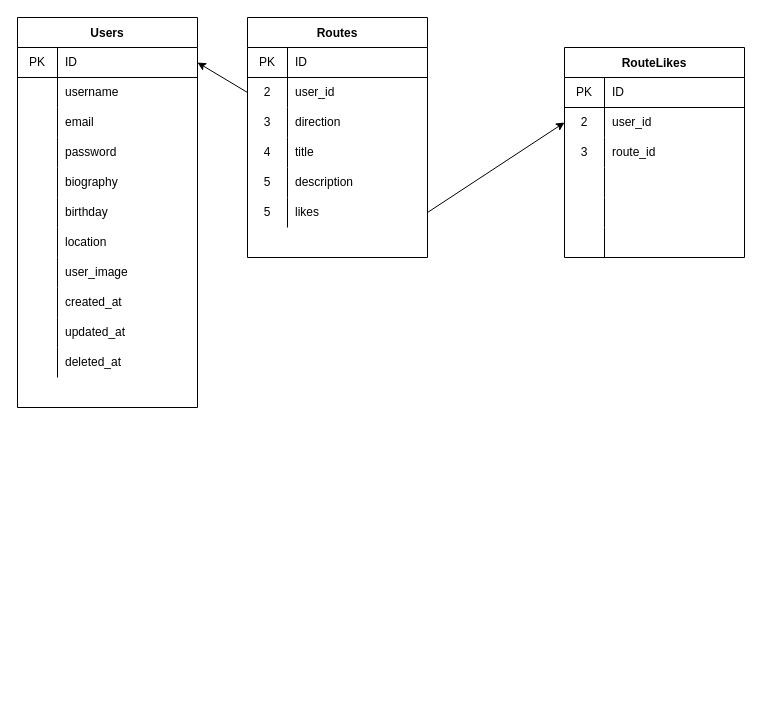
The draw.io diagram api/ER.drawio in mamyudapao/CyclingRouter, before the edit. Source tidied: cells renumbered, new cells numbered last; positions are measured from the earlier drawing's top-left corner, leaving out a move shared by most shapes. Both pictures are drawn from the tidied source at 100%, with x=0, y=0 at pixel (17, 17).
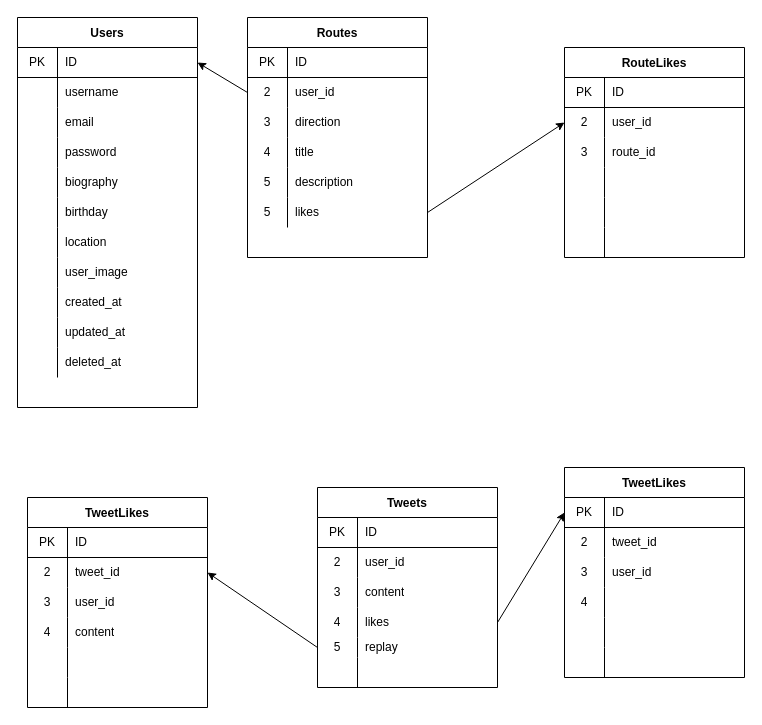
The same diagram, later.

Commit message (it also covers changes not shown here):
feat: auto migrate of tweet

Diff of the diagram source:
```diff
@@
+    <mxCell id="76" value="Tweets" style="shape=table;startSize=30;childLayout=tableLayout;rowLines=0;fontStyle=1;align=center;" parent="1" vertex="1">
+      <mxGeometry x="300" y="470" width="180" height="200" as="geometry" />
+    </mxCell>
+    <mxCell id="77" style="shape=partialRectangle;html=1;whiteSpace=wrap;fillColor=none;top=0;left=0;bottom=1;right=0;" parent="76" vertex="1">
+      <mxGeometry y="30" width="180" height="30" as="geometry" />
+    </mxCell>
+    <mxCell id="78" value="PK&lt;br&gt;" style="shape=partialRectangle;html=1;whiteSpace=wrap;fillColor=none;top=0;left=0;bottom=0;right=0;overflow=hidden;" parent="77" vertex="1">
+      <mxGeometry width="40" height="30" as="geometry" />
+    </mxCell>
+    <mxCell id="79" value="ID" style="shape=partialRectangle;html=1;whiteSpace=wrap;fillColor=none;top=0;left=0;bottom=0;right=0;align=left;spacingLeft=6;overflow=hidden;" parent="77" vertex="1">
+      <mxGeometry x="40" width="140" height="30" as="geometry" />
+    </mxCell>
+    <mxCell id="80" style="shape=partialRectangle;html=1;whiteSpace=wrap;fillColor=none;top=0;left=0;bottom=0;right=0;" parent="76" vertex="1">
+      <mxGeometry y="60" width="180" height="30" as="geometry" />
+    </mxCell>
+    <mxCell id="81" value="2" style="shape=partialRectangle;html=1;whiteSpace=wrap;fillColor=none;top=0;left=0;bottom=0;right=0;overflow=hidden;" parent="80" vertex="1">
+      <mxGeometry width="40" height="30" as="geometry" />
+    </mxCell>
+    <mxCell id="82" value="user_id" style="shape=partialRectangle;html=1;whiteSpace=wrap;fillColor=none;top=0;left=0;bottom=0;right=0;align=left;spacingLeft=6;overflow=hidden;" parent="80" vertex="1">
+      <mxGeometry x="40" width="140" height="30" as="geometry" />
+    </mxCell>
+    <mxCell id="83" style="shape=partialRectangle;html=1;whiteSpace=wrap;fillColor=none;top=0;left=0;bottom=0;right=0;" parent="76" vertex="1">
+      <mxGeometry y="90" width="180" height="30" as="geometry" />
+    </mxCell>
+    <mxCell id="84" value="3" style="shape=partialRectangle;html=1;whiteSpace=wrap;fillColor=none;top=0;left=0;bottom=0;right=0;overflow=hidden;" parent="83" vertex="1">
+      <mxGeometry width="40" height="30" as="geometry" />
+    </mxCell>
+    <mxCell id="85" value="content" style="shape=partialRectangle;html=1;whiteSpace=wrap;fillColor=none;top=0;left=0;bottom=0;right=0;align=left;spacingLeft=6;overflow=hidden;" parent="83" vertex="1">
+      <mxGeometry x="40" width="140" height="30" as="geometry" />
+    </mxCell>
+    <mxCell id="86" style="shape=partialRectangle;html=1;whiteSpace=wrap;fillColor=none;top=0;left=0;bottom=0;right=0;points=[[0,0.5],[1,0.5]];portConstraint=eastwest;" parent="76" vertex="1">
+      <mxGeometry y="120" width="180" height="30" as="geometry" />
+    </mxCell>
+    <mxCell id="87" value="4" style="shape=partialRectangle;html=1;whiteSpace=wrap;fillColor=none;top=0;left=0;bottom=0;right=0;overflow=hidden;" parent="86" vertex="1">
+      <mxGeometry width="40" height="30" as="geometry" />
+    </mxCell>
+    <mxCell id="88" value="likes" style="shape=partialRectangle;html=1;whiteSpace=wrap;fillColor=none;top=0;left=0;bottom=0;right=0;align=left;spacingLeft=6;overflow=hidden;" parent="86" vertex="1">
+      <mxGeometry x="40" width="140" height="30" as="geometry" />
+    </mxCell>
+    <mxCell id="89" style="shape=partialRectangle;html=1;whiteSpace=wrap;fillColor=none;top=0;left=0;bottom=0;right=0;points=[[0,0.5],[1,0.5]];portConstraint=eastwest;" parent="76" vertex="1">
+      <mxGeometry y="150" width="180" height="20" as="geometry" />
+    </mxCell>
+    <mxCell id="90" value="5" style="shape=partialRectangle;html=1;whiteSpace=wrap;fillColor=none;top=0;left=0;bottom=0;right=0;overflow=hidden;" parent="89" vertex="1">
+      <mxGeometry width="40" height="20" as="geometry" />
+    </mxCell>
+    <mxCell id="91" value="replay" style="shape=partialRectangle;html=1;whiteSpace=wrap;fillColor=none;top=0;left=0;bottom=0;right=0;align=left;spacingLeft=6;overflow=hidden;" parent="89" vertex="1">
+      <mxGeometry x="40" width="140" height="20" as="geometry" />
+    </mxCell>
+    <mxCell id="92" style="shape=partialRectangle;html=1;whiteSpace=wrap;fillColor=none;top=0;left=0;bottom=0;right=0;" parent="76" vertex="1">
+      <mxGeometry y="170" width="180" height="30" as="geometry" />
+    </mxCell>
+    <mxCell id="93" style="shape=partialRectangle;html=1;whiteSpace=wrap;fillColor=none;top=0;left=0;bottom=0;right=0;overflow=hidden;" parent="92" vertex="1">
+      <mxGeometry width="40" height="30" as="geometry" />
+    </mxCell>
+    <mxCell id="94" style="shape=partialRectangle;html=1;whiteSpace=wrap;fillColor=none;top=0;left=0;bottom=0;right=0;align=left;spacingLeft=6;overflow=hidden;" parent="92" vertex="1">
+      <mxGeometry x="40" width="140" height="30" as="geometry" />
+    </mxCell>
+    <mxCell id="95" value="TweetLikes" style="shape=table;startSize=30;childLayout=tableLayout;rowLines=0;fontStyle=1;align=center;" parent="1" vertex="1">
+      <mxGeometry x="547" y="450" width="180" height="210" as="geometry" />
+    </mxCell>
+    <mxCell id="96" style="shape=partialRectangle;html=1;whiteSpace=wrap;fillColor=none;top=0;left=0;bottom=1;right=0;points=[[0,0.5],[1,0.5]];portConstraint=eastwest;" parent="95" vertex="1">
+      <mxGeometry y="30" width="180" height="30" as="geometry" />
+    </mxCell>
+    <mxCell id="97" value="PK&lt;br&gt;" style="shape=partialRectangle;html=1;whiteSpace=wrap;fillColor=none;top=0;left=0;bottom=0;right=0;overflow=hidden;" parent="96" vertex="1">
+      <mxGeometry width="40" height="30" as="geometry" />
+    </mxCell>
+    <mxCell id="98" value="ID" style="shape=partialRectangle;html=1;whiteSpace=wrap;fillColor=none;top=0;left=0;bottom=0;right=0;align=left;spacingLeft=6;overflow=hidden;" parent="96" vertex="1">
+      <mxGeometry x="40" width="140" height="30" as="geometry" />
+    </mxCell>
+    <mxCell id="99" style="shape=partialRectangle;html=1;whiteSpace=wrap;fillColor=none;top=0;left=0;bottom=0;right=0;" parent="95" vertex="1">
+      <mxGeometry y="60" width="180" height="30" as="geometry" />
+    </mxCell>
+    <mxCell id="100" value="2" style="shape=partialRectangle;html=1;whiteSpace=wrap;fillColor=none;top=0;left=0;bottom=0;right=0;overflow=hidden;" parent="99" vertex="1">
+      <mxGeometry width="40" height="30" as="geometry" />
+    </mxCell>
+    <mxCell id="101" value="tweet_id" style="shape=partialRectangle;html=1;whiteSpace=wrap;fillColor=none;top=0;left=0;bottom=0;right=0;align=left;spacingLeft=6;overflow=hidden;" parent="99" vertex="1">
+      <mxGeometry x="40" width="140" height="30" as="geometry" />
+    </mxCell>
+    <mxCell id="102" style="shape=partialRectangle;html=1;whiteSpace=wrap;fillColor=none;top=0;left=0;bottom=0;right=0;" parent="95" vertex="1">
+      <mxGeometry y="90" width="180" height="30" as="geometry" />
+    </mxCell>
+    <mxCell id="103" value="3" style="shape=partialRectangle;html=1;whiteSpace=wrap;fillColor=none;top=0;left=0;bottom=0;right=0;overflow=hidden;" parent="102" vertex="1">
+      <mxGeometry width="40" height="30" as="geometry" />
+    </mxCell>
+    <mxCell id="104" value="user_id" style="shape=partialRectangle;html=1;whiteSpace=wrap;fillColor=none;top=0;left=0;bottom=0;right=0;align=left;spacingLeft=6;overflow=hidden;" parent="102" vertex="1">
+      <mxGeometry x="40" width="140" height="30" as="geometry" />
+    </mxCell>
+    <mxCell id="105" style="shape=partialRectangle;html=1;whiteSpace=wrap;fillColor=none;top=0;left=0;bottom=0;right=0;" parent="95" vertex="1">
+      <mxGeometry y="120" width="180" height="30" as="geometry" />
+    </mxCell>
+    <mxCell id="106" value="4" style="shape=partialRectangle;html=1;whiteSpace=wrap;fillColor=none;top=0;left=0;bottom=0;right=0;overflow=hidden;" parent="105" vertex="1">
+      <mxGeometry width="40" height="30" as="geometry" />
+    </mxCell>
+    <mxCell id="107" style="shape=partialRectangle;html=1;whiteSpace=wrap;fillColor=none;top=0;left=0;bottom=0;right=0;align=left;spacingLeft=6;overflow=hidden;" parent="105" vertex="1">
+      <mxGeometry x="40" width="140" height="30" as="geometry" />
+    </mxCell>
+    <mxCell id="108" style="shape=partialRectangle;html=1;whiteSpace=wrap;fillColor=none;top=0;left=0;bottom=0;right=0;" parent="95" vertex="1">
+      <mxGeometry y="150" width="180" height="30" as="geometry" />
+    </mxCell>
+    <mxCell id="109" style="shape=partialRectangle;html=1;whiteSpace=wrap;fillColor=none;top=0;left=0;bottom=0;right=0;overflow=hidden;" parent="108" vertex="1">
+      <mxGeometry width="40" height="30" as="geometry" />
+    </mxCell>
+    <mxCell id="110" style="shape=partialRectangle;html=1;whiteSpace=wrap;fillColor=none;top=0;left=0;bottom=0;right=0;align=left;spacingLeft=6;overflow=hidden;" parent="108" vertex="1">
+      <mxGeometry x="40" width="140" height="30" as="geometry" />
+    </mxCell>
+    <mxCell id="111" style="shape=partialRectangle;html=1;whiteSpace=wrap;fillColor=none;top=0;left=0;bottom=0;right=0;" parent="95" vertex="1">
+      <mxGeometry y="180" width="180" height="30" as="geometry" />
+    </mxCell>
+    <mxCell id="112" style="shape=partialRectangle;html=1;whiteSpace=wrap;fillColor=none;top=0;left=0;bottom=0;right=0;overflow=hidden;" parent="111" vertex="1">
+      <mxGeometry width="40" height="30" as="geometry" />
+    </mxCell>
+    <mxCell id="113" style="shape=partialRectangle;html=1;whiteSpace=wrap;fillColor=none;top=0;left=0;bottom=0;right=0;align=left;spacingLeft=6;overflow=hidden;" parent="111" vertex="1">
+      <mxGeometry x="40" width="140" height="30" as="geometry" />
+    </mxCell>
+    <mxCell id="114" style="edgeStyle=none;html=1;exitX=1;exitY=0.5;exitDx=0;exitDy=0;entryX=0;entryY=0.5;entryDx=0;entryDy=0;" parent="1" edge="1" source="86" target="96">
+      <mxGeometry relative="1" as="geometry" />
+    </mxCell>
+    <mxCell id="115" value="TweetLikes" style="shape=table;startSize=30;childLayout=tableLayout;rowLines=0;fontStyle=1;align=center;" parent="1" vertex="1">
+      <mxGeometry x="10" y="480" width="180" height="210" as="geometry" />
+    </mxCell>
+    <mxCell id="116" style="shape=partialRectangle;html=1;whiteSpace=wrap;fillColor=none;top=0;left=0;bottom=1;right=0;" parent="115" vertex="1">
+      <mxGeometry y="30" width="180" height="30" as="geometry" />
+    </mxCell>
+    <mxCell id="117" value="PK&lt;br&gt;" style="shape=partialRectangle;html=1;whiteSpace=wrap;fillColor=none;top=0;left=0;bottom=0;right=0;overflow=hidden;" parent="116" vertex="1">
+      <mxGeometry width="40" height="30" as="geometry" />
+    </mxCell>
+    <mxCell id="118" value="ID" style="shape=partialRectangle;html=1;whiteSpace=wrap;fillColor=none;top=0;left=0;bottom=0;right=0;align=left;spacingLeft=6;overflow=hidden;" parent="116" vertex="1">
+      <mxGeometry x="40" width="140" height="30" as="geometry" />
+    </mxCell>
+    <mxCell id="119" style="shape=partialRectangle;html=1;whiteSpace=wrap;fillColor=none;top=0;left=0;bottom=0;right=0;points=[[0,0.5],[1,0.5]];portConstraint=eastwest;" parent="115" vertex="1">
+      <mxGeometry y="60" width="180" height="30" as="geometry" />
+    </mxCell>
+    <mxCell id="120" value="2" style="shape=partialRectangle;html=1;whiteSpace=wrap;fillColor=none;top=0;left=0;bottom=0;right=0;overflow=hidden;" parent="119" vertex="1">
+      <mxGeometry width="40" height="30" as="geometry" />
+    </mxCell>
+    <mxCell id="121" value="tweet_id" style="shape=partialRectangle;html=1;whiteSpace=wrap;fillColor=none;top=0;left=0;bottom=0;right=0;align=left;spacingLeft=6;overflow=hidden;" parent="119" vertex="1">
+      <mxGeometry x="40" width="140" height="30" as="geometry" />
+    </mxCell>
+    <mxCell id="122" style="shape=partialRectangle;html=1;whiteSpace=wrap;fillColor=none;top=0;left=0;bottom=0;right=0;" parent="115" vertex="1">
+      <mxGeometry y="90" width="180" height="30" as="geometry" />
+    </mxCell>
+    <mxCell id="123" value="3" style="shape=partialRectangle;html=1;whiteSpace=wrap;fillColor=none;top=0;left=0;bottom=0;right=0;overflow=hidden;" parent="122" vertex="1">
+      <mxGeometry width="40" height="30" as="geometry" />
+    </mxCell>
+    <mxCell id="124" value="user_id" style="shape=partialRectangle;html=1;whiteSpace=wrap;fillColor=none;top=0;left=0;bottom=0;right=0;align=left;spacingLeft=6;overflow=hidden;" parent="122" vertex="1">
+      <mxGeometry x="40" width="140" height="30" as="geometry" />
+    </mxCell>
+    <mxCell id="125" style="shape=partialRectangle;html=1;whiteSpace=wrap;fillColor=none;top=0;left=0;bottom=0;right=0;" parent="115" vertex="1">
+      <mxGeometry y="120" width="180" height="30" as="geometry" />
+    </mxCell>
+    <mxCell id="126" value="4" style="shape=partialRectangle;html=1;whiteSpace=wrap;fillColor=none;top=0;left=0;bottom=0;right=0;overflow=hidden;" parent="125" vertex="1">
+      <mxGeometry width="40" height="30" as="geometry" />
+    </mxCell>
+    <mxCell id="127" value="content" style="shape=partialRectangle;html=1;whiteSpace=wrap;fillColor=none;top=0;left=0;bottom=0;right=0;align=left;spacingLeft=6;overflow=hidden;" parent="125" vertex="1">
+      <mxGeometry x="40" width="140" height="30" as="geometry" />
+    </mxCell>
+    <mxCell id="128" style="shape=partialRectangle;html=1;whiteSpace=wrap;fillColor=none;top=0;left=0;bottom=0;right=0;" parent="115" vertex="1">
+      <mxGeometry y="150" width="180" height="30" as="geometry" />
+    </mxCell>
+    <mxCell id="129" style="shape=partialRectangle;html=1;whiteSpace=wrap;fillColor=none;top=0;left=0;bottom=0;right=0;overflow=hidden;" parent="128" vertex="1">
+      <mxGeometry width="40" height="30" as="geometry" />
+    </mxCell>
+    <mxCell id="130" style="shape=partialRectangle;html=1;whiteSpace=wrap;fillColor=none;top=0;left=0;bottom=0;right=0;align=left;spacingLeft=6;overflow=hidden;" parent="128" vertex="1">
+      <mxGeometry x="40" width="140" height="30" as="geometry" />
+    </mxCell>
+    <mxCell id="131" style="shape=partialRectangle;html=1;whiteSpace=wrap;fillColor=none;top=0;left=0;bottom=0;right=0;" parent="115" vertex="1">
+      <mxGeometry y="180" width="180" height="30" as="geometry" />
+    </mxCell>
+    <mxCell id="132" style="shape=partialRectangle;html=1;whiteSpace=wrap;fillColor=none;top=0;left=0;bottom=0;right=0;overflow=hidden;" parent="131" vertex="1">
+      <mxGeometry width="40" height="30" as="geometry" />
+    </mxCell>
+    <mxCell id="133" style="shape=partialRectangle;html=1;whiteSpace=wrap;fillColor=none;top=0;left=0;bottom=0;right=0;align=left;spacingLeft=6;overflow=hidden;" parent="131" vertex="1">
+      <mxGeometry x="40" width="140" height="30" as="geometry" />
+    </mxCell>
+    <mxCell id="134" style="edgeStyle=none;html=1;exitX=0;exitY=0.5;exitDx=0;exitDy=0;entryX=1;entryY=0.5;entryDx=0;entryDy=0;" parent="1" edge="1" source="89" target="119">
+      <mxGeometry relative="1" as="geometry" />
+    </mxCell>
```
